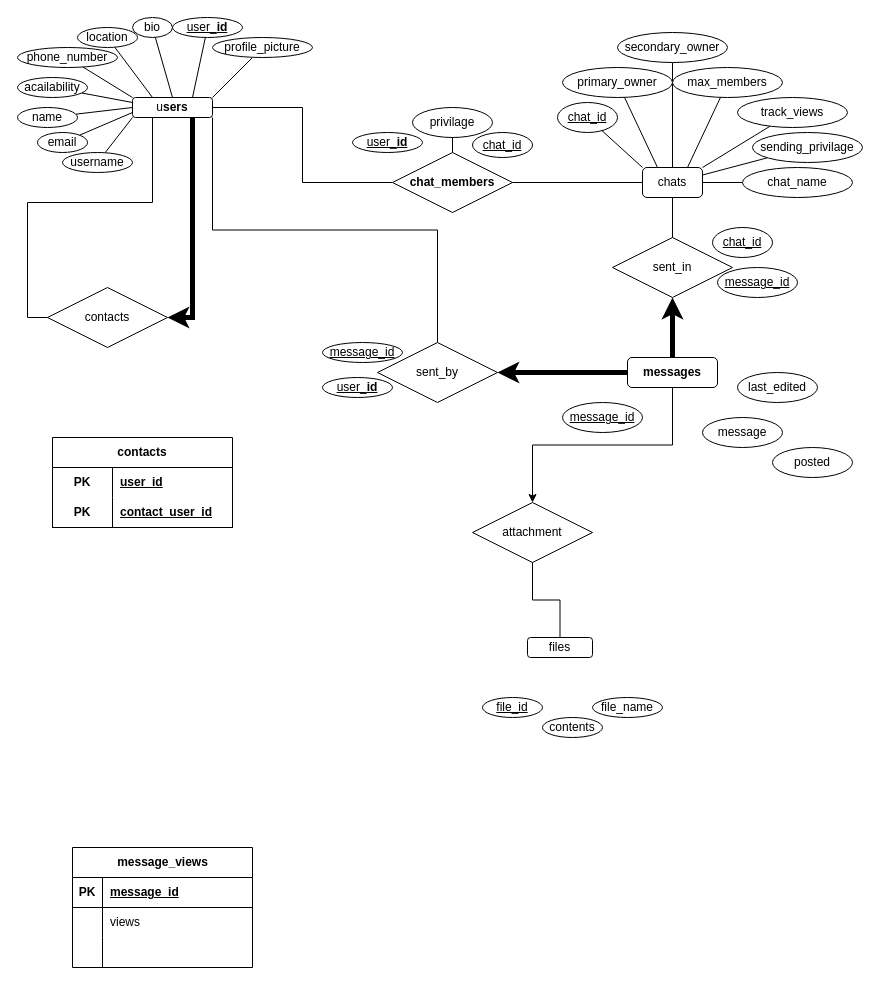
This is ER Diagram.drawio from ParkerTenBroeck/COSC_3P32, a draw.io file, before an edit. Source tidied: cells renumbered, new cells numbered last; positions are measured from the earlier drawing's top-left corner, leaving out a move shared by most shapes. Both pictures are drawn from the tidied source at 100%, with x=0, y=0 at pixel (17, 17).
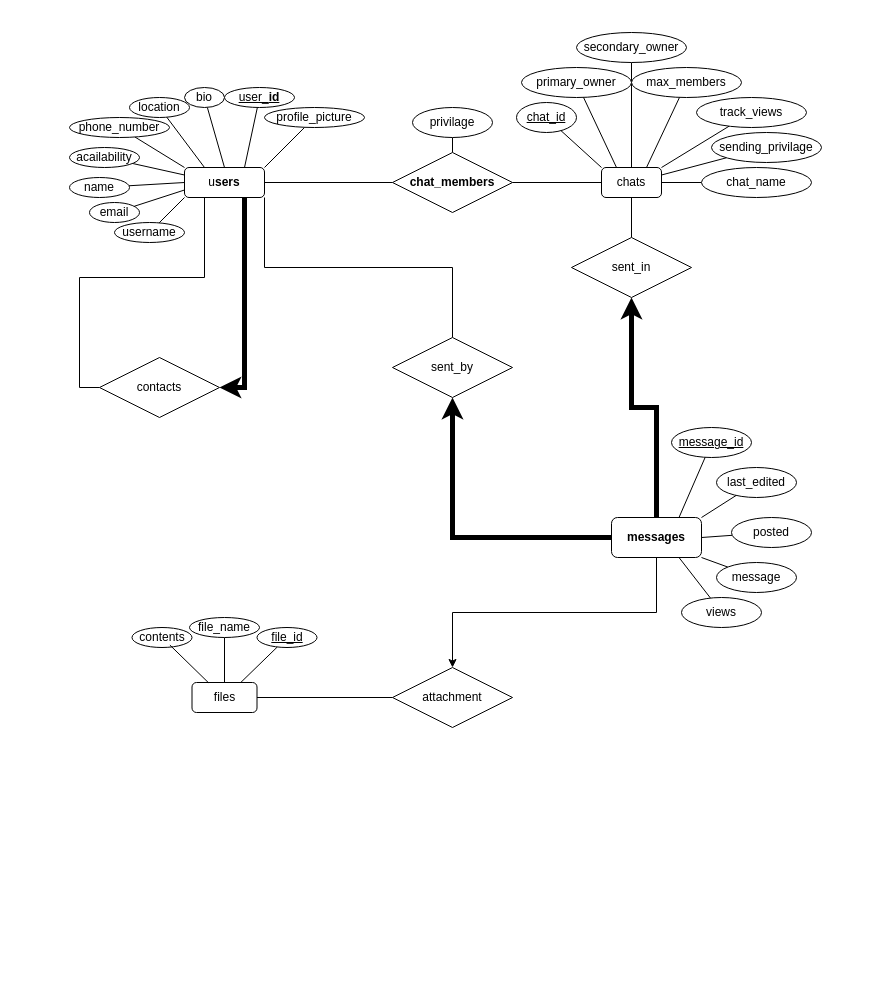
The same diagram, later.

Change to the diagram source:
```diff
@@
-    <mxCell id="2" value="contacts" style="shape=table;startSize=30;childLayout=tableLayout;rowLines=0;fontStyle=1;align=center;html=1;whiteSpace=wrap;" parent="1" vertex="1">
-      <mxGeometry x="35" y="420" width="180" height="90" as="geometry" />
-    </mxCell>
-    <mxCell id="3" style="shape=tableRow;horizontal=0;startSize=0;swimlaneHead=0;swimlaneBody=0;fillColor=none;top=0;left=0;right=0;bottom=0;html=1;" parent="2" vertex="1">
-      <mxGeometry y="30" width="180" height="30" as="geometry" />
-    </mxCell>
-    <mxCell id="4" value="PK" style="shape=partialRectangle;fillColor=none;top=0;left=0;bottom=0;right=0;fontStyle=1;overflow=hidden;html=1;whiteSpace=wrap;" parent="3" vertex="1">
-      <mxGeometry width="60" height="30" as="geometry" />
-    </mxCell>
-    <mxCell id="5" value="user_id" style="shape=partialRectangle;fillColor=none;top=0;left=0;bottom=0;right=0;align=left;spacingLeft=6;fontStyle=5;overflow=hidden;html=1;whiteSpace=wrap;" parent="3" vertex="1">
-      <mxGeometry x="60" width="120" height="30" as="geometry" />
-    </mxCell>
-    <mxCell id="6" style="shape=tableRow;horizontal=0;startSize=0;swimlaneHead=0;swimlaneBody=0;fillColor=none;top=0;left=0;right=0;bottom=1;html=1;" parent="2" vertex="1">
-      <mxGeometry y="60" width="180" height="30" as="geometry" />
-    </mxCell>
-    <mxCell id="7" value="PK" style="shape=partialRectangle;fillColor=none;top=0;left=0;bottom=0;right=0;fontStyle=1;overflow=hidden;html=1;whiteSpace=wrap;" parent="6" vertex="1">
-      <mxGeometry width="60" height="30" as="geometry" />
-    </mxCell>
-    <mxCell id="8" value="contact_user_id" style="shape=partialRectangle;fillColor=none;top=0;left=0;bottom=0;right=0;align=left;spacingLeft=6;fontStyle=5;overflow=hidden;html=1;whiteSpace=wrap;" parent="6" vertex="1">
-      <mxGeometry x="60" width="120" height="30" as="geometry" />
-    </mxCell>
-    <mxCell id="9" value="message_views" style="shape=table;startSize=30;childLayout=tableLayout;rowLines=0;fontStyle=1;align=center;html=1;" parent="1" vertex="1">
-      <mxGeometry x="55" y="830" width="180" height="120" as="geometry" />
-    </mxCell>
-    <mxCell id="10" style="shape=tableRow;horizontal=0;startSize=0;swimlaneHead=0;swimlaneBody=0;fillColor=none;top=0;left=0;right=0;bottom=1;" parent="9" vertex="1">
-      <mxGeometry y="30" width="180" height="30" as="geometry" />
-    </mxCell>
-    <mxCell id="11" value="PK" style="shape=partialRectangle;fillColor=none;top=0;left=0;bottom=0;right=0;fontStyle=1;overflow=hidden;whiteSpace=wrap;html=1;" parent="10" vertex="1">
-      <mxGeometry width="30" height="30" as="geometry" />
-    </mxCell>
-    <mxCell id="12" value="message_id" style="shape=partialRectangle;fillColor=none;top=0;left=0;bottom=0;right=0;align=left;spacingLeft=6;fontStyle=5;overflow=hidden;whiteSpace=wrap;html=1;" parent="10" vertex="1">
-      <mxGeometry x="30" width="150" height="30" as="geometry" />
-    </mxCell>
-    <mxCell id="13" style="shape=tableRow;horizontal=0;startSize=0;swimlaneHead=0;swimlaneBody=0;fillColor=none;top=0;left=0;right=0;bottom=0;" parent="9" vertex="1">
-      <mxGeometry y="60" width="180" height="30" as="geometry" />
-    </mxCell>
-    <mxCell id="14" style="shape=partialRectangle;fillColor=none;top=0;left=0;bottom=0;right=0;overflow=hidden;whiteSpace=wrap;html=1;" parent="13" vertex="1">
-      <mxGeometry width="30" height="30" as="geometry" />
-    </mxCell>
-    <mxCell id="15" value="views" style="shape=partialRectangle;fillColor=none;top=0;left=0;bottom=0;right=0;align=left;spacingLeft=6;overflow=hidden;whiteSpace=wrap;html=1;" parent="13" vertex="1">
-      <mxGeometry x="30" width="150" height="30" as="geometry" />
-    </mxCell>
-    <mxCell id="16" style="shape=tableRow;horizontal=0;startSize=0;swimlaneHead=0;swimlaneBody=0;fillColor=none;top=0;left=0;right=0;bottom=0;" parent="9" vertex="1">
-      <mxGeometry y="90" width="180" height="30" as="geometry" />
-    </mxCell>
-    <mxCell id="17" style="shape=partialRectangle;fillColor=none;top=0;left=0;bottom=0;right=0;overflow=hidden;whiteSpace=wrap;html=1;" parent="16" vertex="1">
-      <mxGeometry width="30" height="30" as="geometry" />
-    </mxCell>
-    <mxCell id="18" style="shape=partialRectangle;fillColor=none;top=0;left=0;bottom=0;right=0;align=left;spacingLeft=6;overflow=hidden;whiteSpace=wrap;html=1;" parent="16" vertex="1">
-      <mxGeometry x="30" width="150" height="30" as="geometry" />
-    </mxCell>
@@
     <mxCell id="36" value="u&lt;span style=&quot;font-weight: 700; background-color: initial;&quot;&gt;sers&lt;/span&gt;" style="rounded=1;whiteSpace=wrap;html=1;" parent="1" vertex="1">
-      <mxGeometry x="115" y="80" width="80" height="20" as="geometry" />
+      <mxGeometry x="167" y="150" width="80" height="30" as="geometry" />
     </mxCell>
     <mxCell id="37" value="&lt;u&gt;user_&lt;span style=&quot;font-weight: 700; text-align: left; background-color: initial;&quot;&gt;id&lt;/span&gt;&lt;/u&gt;" style="ellipse;whiteSpace=wrap;html=1;" parent="1" vertex="1">
-      <mxGeometry x="155" width="70" height="20" as="geometry" />
+      <mxGeometry x="207" y="70" width="70" height="20" as="geometry" />
     </mxCell>
     <mxCell id="38" value="phone_number" style="ellipse;whiteSpace=wrap;html=1;" parent="1" vertex="1">
-      <mxGeometry y="30" width="100" height="20" as="geometry" />
+      <mxGeometry x="52" y="100" width="100" height="20" as="geometry" />
     </mxCell>
     <mxCell id="39" value="bio" style="ellipse;whiteSpace=wrap;html=1;" parent="1" vertex="1">
-      <mxGeometry x="115" width="40" height="20" as="geometry" />
+      <mxGeometry x="167" y="70" width="40" height="20" as="geometry" />
     </mxCell>
     <mxCell id="40" value="email" style="ellipse;whiteSpace=wrap;html=1;" parent="1" vertex="1">
-      <mxGeometry x="20" y="115" width="50" height="20" as="geometry" />
+      <mxGeometry x="72" y="185" width="50" height="20" as="geometry" />
     </mxCell>
     <mxCell id="41" value="profile_picture" style="ellipse;whiteSpace=wrap;html=1;" parent="1" vertex="1">
-      <mxGeometry x="195" y="20" width="100" height="20" as="geometry" />
+      <mxGeometry x="247" y="90" width="100" height="20" as="geometry" />
     </mxCell>
     <mxCell id="42" value="location" style="ellipse;whiteSpace=wrap;html=1;" parent="1" vertex="1">
-      <mxGeometry x="60" y="10" width="60" height="20" as="geometry" />
+      <mxGeometry x="112" y="80" width="60" height="20" as="geometry" />
     </mxCell>
     <mxCell id="43" value="acailability" style="ellipse;whiteSpace=wrap;html=1;" parent="1" vertex="1">
-      <mxGeometry y="60" width="70" height="20" as="geometry" />
+      <mxGeometry x="52" y="130" width="70" height="20" as="geometry" />
     </mxCell>
     <mxCell id="44" value="username" style="ellipse;whiteSpace=wrap;html=1;" parent="1" vertex="1">
-      <mxGeometry x="45" y="135" width="70" height="20" as="geometry" />
+      <mxGeometry x="97" y="205" width="70" height="20" as="geometry" />
     </mxCell>
     <mxCell id="45" value="name" style="ellipse;whiteSpace=wrap;html=1;" parent="1" vertex="1">
-      <mxGeometry y="90" width="60" height="20" as="geometry" />
+      <mxGeometry x="52" y="160" width="60" height="20" as="geometry" />
     </mxCell>
@@
     <mxCell id="54" value="chats" style="rounded=1;whiteSpace=wrap;html=1;" parent="1" vertex="1">
-      <mxGeometry x="625" y="150" width="60" height="30" as="geometry" />
+      <mxGeometry x="584" y="150" width="60" height="30" as="geometry" />
     </mxCell>
     <mxCell id="55" value="&lt;u&gt;chat_id&lt;/u&gt;" style="ellipse;whiteSpace=wrap;html=1;" parent="1" vertex="1">
-      <mxGeometry x="540" y="85" width="60" height="30" as="geometry" />
+      <mxGeometry x="499" y="85" width="60" height="30" as="geometry" />
     </mxCell>
     <mxCell id="56" value="primary_owner" style="ellipse;whiteSpace=wrap;html=1;" parent="1" vertex="1">
-      <mxGeometry x="545" y="50" width="110" height="30" as="geometry" />
+      <mxGeometry x="504" y="50" width="110" height="30" as="geometry" />
     </mxCell>
     <mxCell id="57" value="secondary_owner" style="ellipse;whiteSpace=wrap;html=1;" parent="1" vertex="1">
-      <mxGeometry x="600" y="15" width="110" height="30" as="geometry" />
+      <mxGeometry x="559" y="15" width="110" height="30" as="geometry" />
     </mxCell>
     <mxCell id="58" value="sending_privilage" style="ellipse;whiteSpace=wrap;html=1;" parent="1" vertex="1">
-      <mxGeometry x="735" y="115" width="110" height="30" as="geometry" />
+      <mxGeometry x="694" y="115" width="110" height="30" as="geometry" />
     </mxCell>
     <mxCell id="59" value="track_views" style="ellipse;whiteSpace=wrap;html=1;" parent="1" vertex="1">
-      <mxGeometry x="720" y="80" width="110" height="30" as="geometry" />
+      <mxGeometry x="679" y="80" width="110" height="30" as="geometry" />
     </mxCell>
     <mxCell id="60" value="max_members" style="ellipse;whiteSpace=wrap;html=1;" parent="1" vertex="1">
-      <mxGeometry x="655" y="50" width="110" height="30" as="geometry" />
+      <mxGeometry x="614" y="50" width="110" height="30" as="geometry" />
     </mxCell>
     <mxCell id="61" value="chat_name" style="ellipse;whiteSpace=wrap;html=1;" parent="1" vertex="1">
-      <mxGeometry x="725" y="150" width="110" height="30" as="geometry" />
+      <mxGeometry x="684" y="150" width="110" height="30" as="geometry" />
     </mxCell>
@@
+    <mxCell id="85" style="rounded=0;jettySize=auto;html=1;exitX=0.75;exitY=0;exitDx=0;exitDy=0;endArrow=none;endFill=0;" parent="1" edge="1" source="65" target="66">
+      <mxGeometry relative="1" as="geometry" />
+    </mxCell>
+    <mxCell id="86" style="rounded=0;jettySize=auto;html=1;exitX=1;exitY=0;exitDx=0;exitDy=0;endArrow=none;endFill=0;" parent="1" edge="1" source="65" target="69">
+      <mxGeometry relative="1" as="geometry" />
+    </mxCell>
+    <mxCell id="87" style="rounded=0;jettySize=auto;html=1;exitX=1;exitY=0.5;exitDx=0;exitDy=0;endArrow=none;endFill=0;" parent="1" edge="1" source="65" target="68">
+      <mxGeometry relative="1" as="geometry" />
+    </mxCell>
+    <mxCell id="88" style="rounded=0;jettySize=auto;html=1;exitX=1;exitY=1;exitDx=0;exitDy=0;endArrow=none;endFill=0;" parent="1" edge="1" source="65" target="67">
+      <mxGeometry relative="1" as="geometry" />
+    </mxCell>
+    <mxCell id="89" style="rounded=0;jettySize=auto;html=1;exitX=0.75;exitY=1;exitDx=0;exitDy=0;endArrow=none;endFill=0;" parent="1" edge="1" source="65" target="15">
+      <mxGeometry relative="1" as="geometry" />
+    </mxCell>
     <mxCell id="65" value="&lt;span style=&quot;font-weight: 700; text-wrap: nowrap;&quot;&gt;messages&lt;/span&gt;" style="rounded=1;whiteSpace=wrap;html=1;" parent="1" vertex="1">
-      <mxGeometry x="610" y="340" width="90" height="30" as="geometry" />
+      <mxGeometry x="594" y="500" width="90" height="40" as="geometry" />
     </mxCell>
     <mxCell id="66" value="&lt;u&gt;message_id&lt;/u&gt;" style="ellipse;whiteSpace=wrap;html=1;" parent="1" vertex="1">
-      <mxGeometry x="545" y="385" width="80" height="30" as="geometry" />
+      <mxGeometry x="654" y="410" width="80" height="30" as="geometry" />
     </mxCell>
     <mxCell id="67" value="message" style="ellipse;whiteSpace=wrap;html=1;" parent="1" vertex="1">
-      <mxGeometry x="685" y="400" width="80" height="30" as="geometry" />
+      <mxGeometry x="699" y="545" width="80" height="30" as="geometry" />
     </mxCell>
     <mxCell id="68" value="&lt;span style=&quot;text-align: left;&quot;&gt;posted&lt;/span&gt;" style="ellipse;whiteSpace=wrap;html=1;" parent="1" vertex="1">
-      <mxGeometry x="755" y="430" width="80" height="30" as="geometry" />
+      <mxGeometry x="714" y="500" width="80" height="30" as="geometry" />
     </mxCell>
     <mxCell id="69" value="&lt;span style=&quot;text-align: left;&quot;&gt;last_edited&lt;/span&gt;" style="ellipse;whiteSpace=wrap;html=1;" parent="1" vertex="1">
-      <mxGeometry x="720" y="355" width="80" height="30" as="geometry" />
+      <mxGeometry x="699" y="450" width="80" height="30" as="geometry" />
     </mxCell>
     <mxCell id="70" value="sent_in" style="shape=rhombus;perimeter=rhombusPerimeter;whiteSpace=wrap;html=1;align=center;" parent="1" vertex="1">
-      <mxGeometry x="595" y="220" width="120" height="60" as="geometry" />
+      <mxGeometry x="554" y="220" width="120" height="60" as="geometry" />
     </mxCell>
-    <mxCell id="71" value="&lt;u&gt;message_id&lt;/u&gt;" style="ellipse;whiteSpace=wrap;html=1;" parent="1" vertex="1">
-      <mxGeometry x="700" y="250" width="80" height="30" as="geometry" />
-    </mxCell>
-    <mxCell id="72" value="&lt;u&gt;chat_id&lt;/u&gt;" style="ellipse;whiteSpace=wrap;html=1;" parent="1" vertex="1">
-      <mxGeometry x="695" y="210" width="60" height="30" as="geometry" />
-    </mxCell>
     <mxCell id="73" value="sent_by" style="shape=rhombus;perimeter=rhombusPerimeter;whiteSpace=wrap;html=1;align=center;" parent="1" vertex="1">
-      <mxGeometry x="360" y="325" width="120" height="60" as="geometry" />
+      <mxGeometry x="375" y="320" width="120" height="60" as="geometry" />
     </mxCell>
-    <mxCell id="74" value="&lt;u&gt;message_id&lt;/u&gt;" style="ellipse;whiteSpace=wrap;html=1;" parent="1" vertex="1">
-      <mxGeometry x="305" y="325" width="80" height="20" as="geometry" />
-    </mxCell>
-    <mxCell id="75" value="&lt;u&gt;user_&lt;span style=&quot;font-weight: 700; text-align: left; background-color: initial;&quot;&gt;id&lt;/span&gt;&lt;/u&gt;" style="ellipse;whiteSpace=wrap;html=1;" parent="1" vertex="1">
-      <mxGeometry x="305" y="360" width="70" height="20" as="geometry" />
-    </mxCell>
-    <mxCell id="76" value="&lt;u&gt;user_&lt;span style=&quot;font-weight: 700; text-align: left; background-color: initial;&quot;&gt;id&lt;/span&gt;&lt;/u&gt;" style="ellipse;whiteSpace=wrap;html=1;" parent="1" vertex="1">
-      <mxGeometry x="335" y="115" width="70" height="20" as="geometry" />
-    </mxCell>
-    <mxCell id="77" value="&lt;u&gt;chat_id&lt;/u&gt;" style="ellipse;whiteSpace=wrap;html=1;" parent="1" vertex="1">
-      <mxGeometry x="455" y="115" width="60" height="25" as="geometry" />
-    </mxCell>
+    <mxCell id="90" style="edgeStyle=orthogonalEdgeStyle;rounded=0;jettySize=auto;html=1;exitX=0;exitY=0.5;exitDx=0;exitDy=0;endArrow=none;endFill=0;" parent="1" edge="1" source="78" target="80">
+      <mxGeometry relative="1" as="geometry" />
+    </mxCell>
     <mxCell id="78" value="attachment" style="shape=rhombus;perimeter=rhombusPerimeter;whiteSpace=wrap;html=1;align=center;" parent="1" vertex="1">
-      <mxGeometry x="455" y="485" width="120" height="60" as="geometry" />
+      <mxGeometry x="375" y="650" width="120" height="60" as="geometry" />
     </mxCell>
-    <mxCell id="79" style="edgeStyle=orthogonalEdgeStyle;rounded=0;jettySize=auto;html=1;exitX=0.5;exitY=0;exitDx=0;exitDy=0;endArrow=none;endFill=0;" parent="1" edge="1" source="80" target="78">
-      <mxGeometry relative="1" as="geometry" />
-    </mxCell>
+    <mxCell id="91" style="rounded=0;jettySize=auto;html=1;exitX=0.75;exitY=0;exitDx=0;exitDy=0;endArrow=none;endFill=0;" parent="1" edge="1" source="80" target="81">
+      <mxGeometry relative="1" as="geometry" />
+    </mxCell>
+    <mxCell id="92" style="rounded=0;jettySize=auto;html=1;exitX=0.5;exitY=0;exitDx=0;exitDy=0;endArrow=none;endFill=0;" parent="1" edge="1" source="80" target="82">
+      <mxGeometry relative="1" as="geometry" />
+    </mxCell>
     <mxCell id="80" value="files" style="rounded=1;whiteSpace=wrap;html=1;" parent="1" vertex="1">
-      <mxGeometry x="510" y="620" width="65" height="20" as="geometry" />
+      <mxGeometry x="174.5" y="665" width="65" height="30" as="geometry" />
     </mxCell>
     <mxCell id="81" value="&lt;u&gt;file_id&lt;/u&gt;" style="ellipse;whiteSpace=wrap;html=1;" parent="1" vertex="1">
-      <mxGeometry x="465" y="680" width="60" height="20" as="geometry" />
+      <mxGeometry x="239.5" y="610" width="60" height="20" as="geometry" />
     </mxCell>
     <mxCell id="82" value="file_name" style="ellipse;whiteSpace=wrap;html=1;" parent="1" vertex="1">
-      <mxGeometry x="575" y="680" width="70" height="20" as="geometry" />
+      <mxGeometry x="172" y="600" width="70" height="20" as="geometry" />
     </mxCell>
     <mxCell id="83" value="contents" style="ellipse;whiteSpace=wrap;html=1;" parent="1" vertex="1">
-      <mxGeometry x="525" y="700" width="60" height="20" as="geometry" />
+      <mxGeometry x="114.5" y="610" width="60" height="20" as="geometry" />
     </mxCell>
     <mxCell id="84" value="contacts" style="shape=rhombus;perimeter=rhombusPerimeter;whiteSpace=wrap;html=1;align=center;" parent="1" vertex="1">
-      <mxGeometry x="30" y="270" width="120" height="60" as="geometry" />
+      <mxGeometry x="82" y="340" width="120" height="60" as="geometry" />
     </mxCell>
+    <mxCell id="15" value="&lt;span style=&quot;text-align: left;&quot;&gt;views&lt;/span&gt;" style="ellipse;whiteSpace=wrap;html=1;" parent="1" vertex="1">
+      <mxGeometry x="664" y="580" width="80" height="30" as="geometry" />
+    </mxCell>
+    <mxCell id="93" style="rounded=0;jettySize=auto;html=1;exitX=0.25;exitY=0;exitDx=0;exitDy=0;entryX=0.632;entryY=0.879;entryDx=0;entryDy=0;entryPerimeter=0;endArrow=none;endFill=0;" parent="1" edge="1" source="80" target="83">
+      <mxGeometry relative="1" as="geometry" />
+    </mxCell>
```
